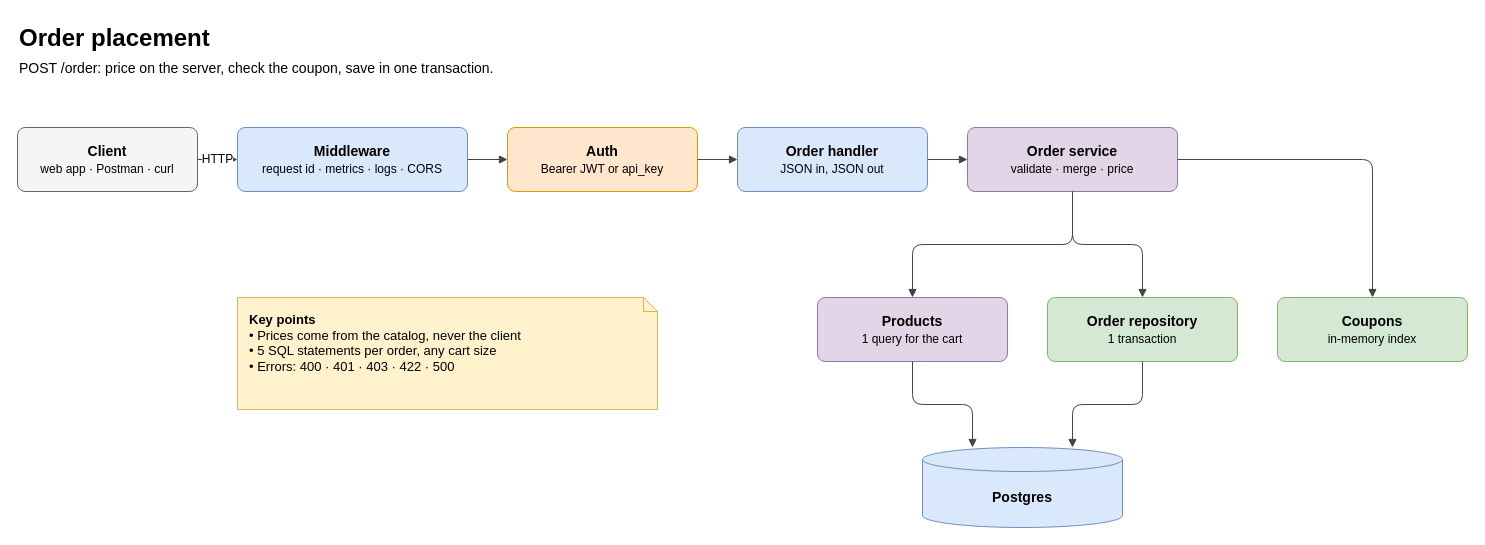
Above: page "HLD - Order placement" (1 of 3) of docs/diagrams/order.drawio in Vasanth-Korada/oolio-kart-challenge (draw.io), before the change. Source tidied: cells renumbered, new cells numbered last; positions are measured from the earlier drawing's top-left corner, leaving out a move shared by most shapes. Both pictures are drawn from the tidied source at 100%, with x=0, y=0 at pixel (17, 17).
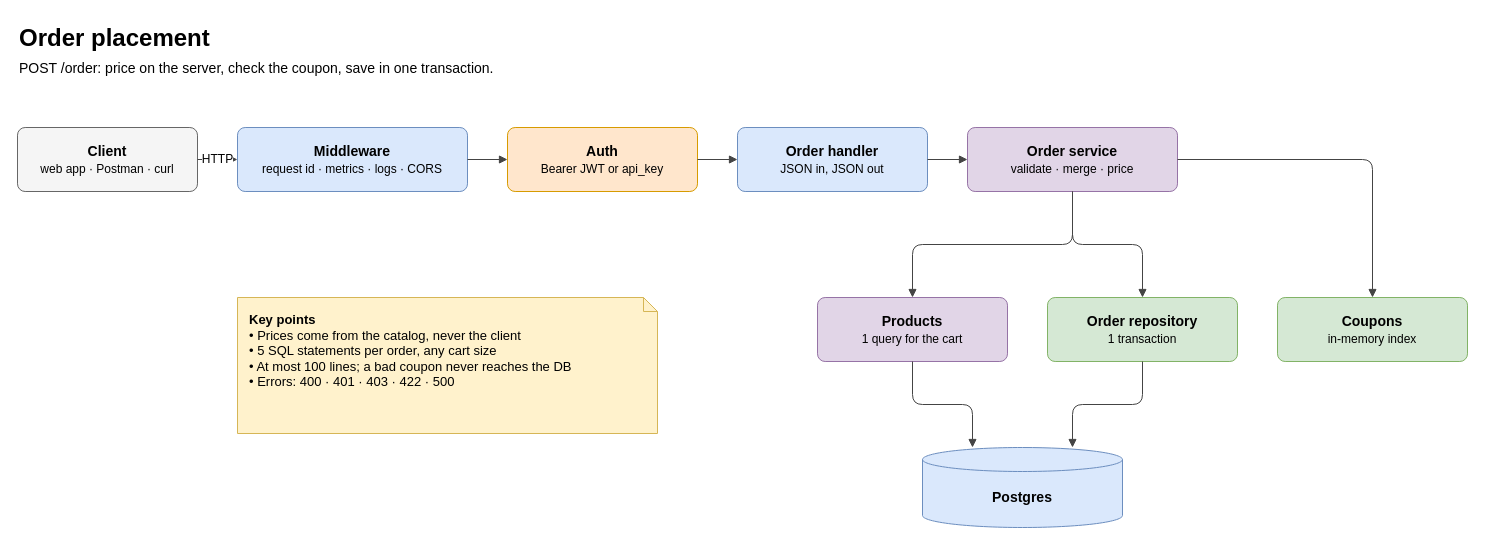
The same diagram, later.

Change to the diagram source:
```diff
@@
-    <mxCell id="22" value="&lt;b&gt;Key points&lt;/b&gt;&lt;br&gt;• Prices come from the catalog, never the client&lt;br&gt;• 5 SQL statements per order, any cart size&lt;br&gt;• Errors: 400 · 401 · 403 · 422 · 500" style="shape=note;size=14;whiteSpace=wrap;html=1;fillColor=#fff2cc;strokeColor=#d6b656;fontSize=12;align=left;verticalAlign=top;spacingLeft=10;spacingTop=8;fontSize=13;" parent="1" vertex="1">
-      <mxGeometry x="220" y="280" width="420" height="112" as="geometry" />
+    <mxCell id="22" value="&lt;b&gt;Key points&lt;/b&gt;&lt;br&gt;• Prices come from the catalog, never the client&lt;br&gt;• 5 SQL statements per order, any cart size&lt;br&gt;• At most 100 lines; a bad coupon never reaches the DB&lt;br&gt;• Errors: 400 · 401 · 403 · 422 · 500" style="shape=note;size=14;whiteSpace=wrap;html=1;fillColor=#fff2cc;strokeColor=#d6b656;fontSize=12;align=left;verticalAlign=top;spacingLeft=10;spacingTop=8;fontSize=13;" parent="1" vertex="1">
+      <mxGeometry x="220" y="280" width="420" height="136" as="geometry" />
     </mxCell>
```
